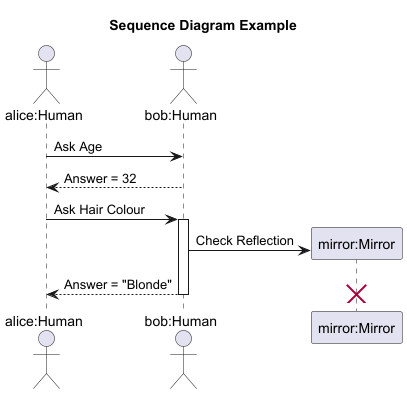
Earlier version of the PlantUML export Latex/SDexample-Sequence_Diagram_Example.png (ellypeop/Dissertation).
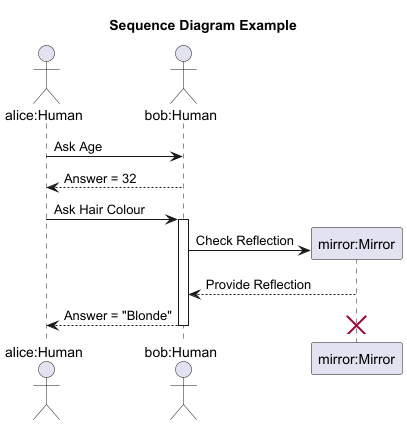
Later version of the same file.

Commit message:
Update diss and diagrams quml minimise

What changed in the source:
```diff
@@ -11,6 +11,7 @@
 activate B
 create "mirror:Mirror"
 B -> "mirror:Mirror": Check Reflection
+B <-- "mirror:Mirror": Provide Reflection
 B --> A: Answer = "Blonde"
 destroy "mirror:Mirror"
 deactivate B
```
